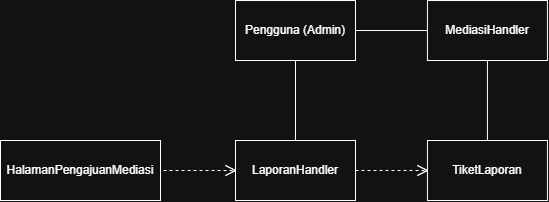
Above: docs/M4/assets/diagram/UC16.png in EdwTorch/IF2150-RPL-K01-G03 (draw.io), before the change. Source tidied: cells renumbered, new cells last; positions are measured from the earlier drawing's top-left corner, leaving out a move shared by most shapes.
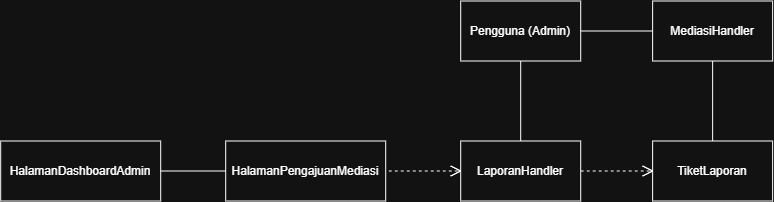
The same diagram one commit later.

Commit message:
docs: menambahkan HalamanDashboardAdmin pada UC16

Diff of the diagram source:
```diff
@@ -48,5 +48,11 @@
     <mxCell id="13" value="MediasiHandler" style="rounded=0;whiteSpace=wrap;html=1;" parent="1" vertex="1">
       <mxGeometry x="426.9" width="120" height="60" as="geometry" />
     </mxCell>
+    <mxCell id="14" value="HalamanDashboardAdmin" style="rounded=0;whiteSpace=wrap;html=1;" parent="1" vertex="1">
+      <mxGeometry x="-225" y="140" width="160" height="60" as="geometry" />
+    </mxCell>
+    <mxCell id="15" style="endArrow=none;html=1;rounded=0;exitX=1;exitY=0.5;exitDx=0;exitDy=0;entryX=0;entryY=0.5;entryDx=0;entryDy=0;" parent="1" edge="1" source="14" target="12">
+      <mxGeometry relative="1" as="geometry" />
+    </mxCell>
   </root>
 </mxGraphModel>
```
